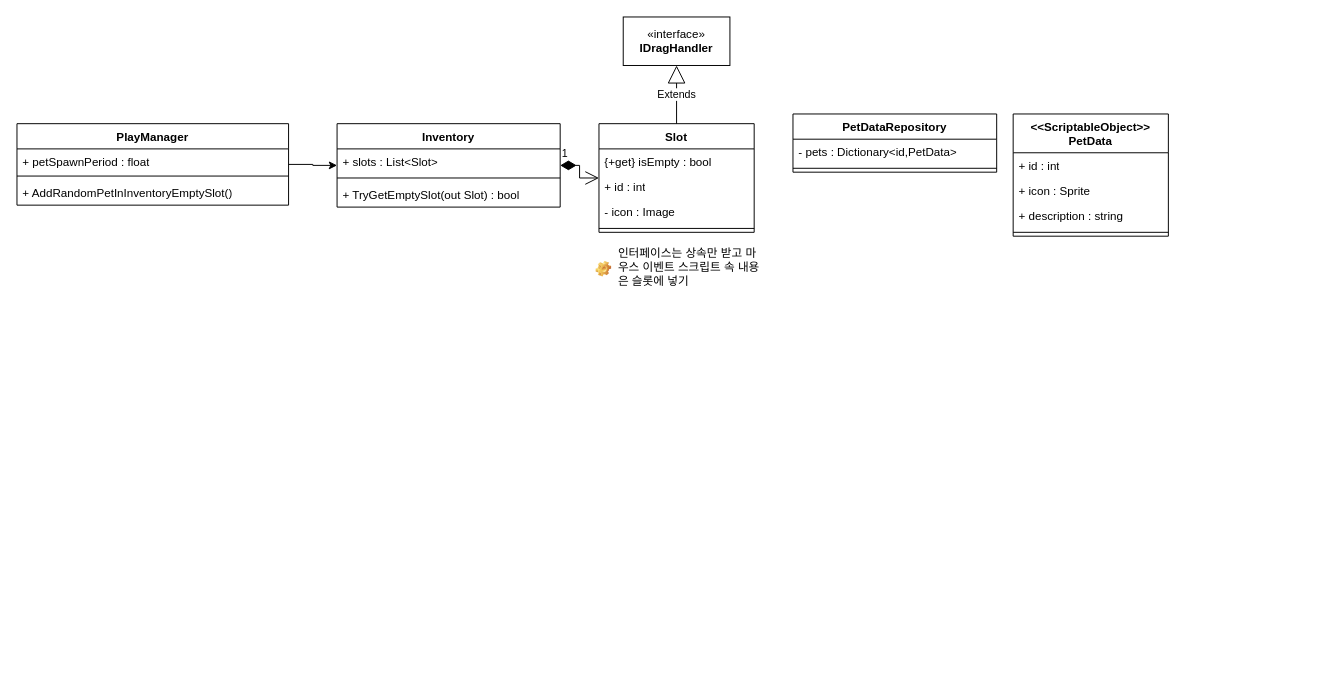
Earlier version of the draw.io diagram Csharp-Unity/MergeGame_revByLuke.drawio (dollbride/dollbride). Source tidied: cells renumbered, new cells numbered last; positions are measured from the earlier drawing's top-left corner, leaving out a move shared by most shapes. Both pictures are drawn from the tidied source at 97%, with x=0, y=0 at pixel (16, 16).
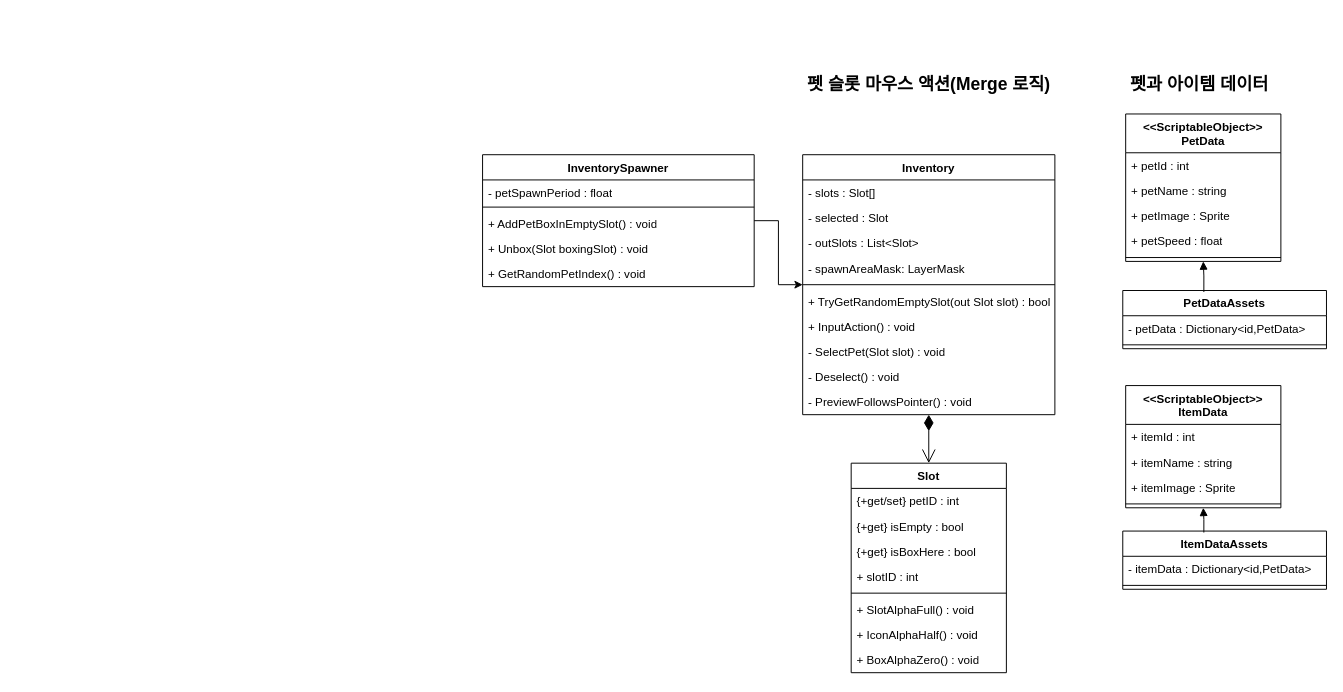
The same page after the edit.

Change to the diagram source:
```diff
@@
     <mxCell id="2" value="Inventory" style="swimlane;fontStyle=1;align=center;verticalAlign=top;horizontal=1;startSize=26;whiteSpace=wrap;html=1;" parent="1" vertex="1">
-      <mxGeometry x="330" y="110" width="230" height="86" as="geometry" />
+      <mxGeometry x="810" y="142" width="260" height="268" as="geometry" />
     </mxCell>
-    <mxCell id="3" value="+ slots : List&amp;lt;Slot&amp;gt;" style="text;strokeColor=none;fillColor=none;align=left;verticalAlign=top;spacingLeft=4;spacingRight=4;overflow=hidden;whiteSpace=wrap;html=1;" parent="2" vertex="1">
-      <mxGeometry y="26" width="230" height="26" as="geometry" />
+    <mxCell id="3" value="- slots : Slot[]" style="text;strokeColor=none;fillColor=none;align=left;verticalAlign=top;spacingLeft=4;spacingRight=4;overflow=hidden;whiteSpace=wrap;html=1;" parent="2" vertex="1">
+      <mxGeometry y="26" width="260" height="26" as="geometry" />
     </mxCell>
+    <mxCell id="28" value="- selected : Slot" style="text;strokeColor=none;fillColor=none;align=left;verticalAlign=top;spacingLeft=4;spacingRight=4;overflow=hidden;whiteSpace=wrap;html=1;" parent="2" vertex="1">
+      <mxGeometry y="52" width="260" height="26" as="geometry" />
+    </mxCell>
+    <mxCell id="29" value="- outSlots : List&amp;lt;Slot&amp;gt;" style="text;strokeColor=none;fillColor=none;align=left;verticalAlign=top;spacingLeft=4;spacingRight=4;overflow=hidden;whiteSpace=wrap;html=1;" parent="2" vertex="1">
+      <mxGeometry y="78" width="260" height="26" as="geometry" />
+    </mxCell>
+    <mxCell id="30" value="- spawnAreaMask: LayerMask&amp;nbsp;" style="text;strokeColor=none;fillColor=none;align=left;verticalAlign=top;spacingLeft=4;spacingRight=4;overflow=hidden;whiteSpace=wrap;html=1;" parent="2" vertex="1">
+      <mxGeometry y="104" width="260" height="26" as="geometry" />
+    </mxCell>
     <mxCell id="4" style="line;strokeWidth=1;fillColor=none;align=left;verticalAlign=middle;spacingTop=-1;spacingLeft=3;spacingRight=3;labelPosition=right;strokeColor=inherit;" parent="2" vertex="1">
-      <mxGeometry y="52" width="230" height="8" as="geometry" />
+      <mxGeometry y="130" width="260" height="8" as="geometry" />
     </mxCell>
-    <mxCell id="5" value="+ TryGetEmptySlot(out Slot) : bool" style="text;strokeColor=none;fillColor=none;align=left;verticalAlign=top;spacingLeft=4;spacingRight=4;overflow=hidden;whiteSpace=wrap;html=1;" parent="2" vertex="1">
-      <mxGeometry y="60" width="230" height="26" as="geometry" />
+    <mxCell id="5" value="+ TryGetRandomEmptySlot(out Slot slot) : bool" style="text;strokeColor=none;fillColor=none;align=left;verticalAlign=top;spacingLeft=4;spacingRight=4;overflow=hidden;whiteSpace=wrap;html=1;" parent="2" vertex="1">
+      <mxGeometry y="138" width="260" height="26" as="geometry" />
     </mxCell>
+    <mxCell id="31" value="+ InputAction() : void" style="text;strokeColor=none;fillColor=none;align=left;verticalAlign=top;spacingLeft=4;spacingRight=4;overflow=hidden;whiteSpace=wrap;html=1;" parent="2" vertex="1">
+      <mxGeometry y="164" width="260" height="26" as="geometry" />
+    </mxCell>
+    <mxCell id="32" value="- SelectPet(Slot slot) : void" style="text;strokeColor=none;fillColor=none;align=left;verticalAlign=top;spacingLeft=4;spacingRight=4;overflow=hidden;whiteSpace=wrap;html=1;" parent="2" vertex="1">
+      <mxGeometry y="190" width="260" height="26" as="geometry" />
+    </mxCell>
+    <mxCell id="33" value="- Deselect() : void" style="text;strokeColor=none;fillColor=none;align=left;verticalAlign=top;spacingLeft=4;spacingRight=4;overflow=hidden;whiteSpace=wrap;html=1;" parent="2" vertex="1">
+      <mxGeometry y="216" width="260" height="26" as="geometry" />
+    </mxCell>
+    <mxCell id="34" value="-&amp;nbsp;PreviewFollowsPointer() : void" style="text;strokeColor=none;fillColor=none;align=left;verticalAlign=top;spacingLeft=4;spacingRight=4;overflow=hidden;whiteSpace=wrap;html=1;" parent="2" vertex="1">
+      <mxGeometry y="242" width="260" height="26" as="geometry" />
+    </mxCell>
     <mxCell id="6" value="Slot" style="swimlane;fontStyle=1;align=center;verticalAlign=top;horizontal=1;startSize=26;whiteSpace=wrap;html=1;" parent="1" vertex="1">
-      <mxGeometry x="600" y="110" width="160" height="112" as="geometry" />
+      <mxGeometry x="860" y="460" width="160" height="216" as="geometry" />
     </mxCell>
+    <mxCell id="8" value="{+get/set} petID : int" style="text;strokeColor=none;fillColor=none;align=left;verticalAlign=top;spacingLeft=4;spacingRight=4;overflow=hidden;whiteSpace=wrap;html=1;" parent="6" vertex="1">
+      <mxGeometry y="26" width="160" height="26" as="geometry" />
+    </mxCell>
     <mxCell id="7" value="{+get} isEmpty : bool" style="text;strokeColor=none;fillColor=none;align=left;verticalAlign=top;spacingLeft=4;spacingRight=4;overflow=hidden;whiteSpace=wrap;html=1;" parent="6" vertex="1">
-      <mxGeometry y="26" width="160" height="26" as="geometry" />
+      <mxGeometry y="52" width="160" height="26" as="geometry" />
     </mxCell>
-    <mxCell id="8" value="+ id : int" style="text;strokeColor=none;fillColor=none;align=left;verticalAlign=top;spacingLeft=4;spacingRight=4;overflow=hidden;whiteSpace=wrap;html=1;" parent="6" vertex="1">
-      <mxGeometry y="52" width="160" height="26" as="geometry" />
-    </mxCell>
+    <mxCell id="35" value="{+get} isBoxHere : bool" style="text;strokeColor=none;fillColor=none;align=left;verticalAlign=top;spacingLeft=4;spacingRight=4;overflow=hidden;whiteSpace=wrap;html=1;" parent="6" vertex="1">
+      <mxGeometry y="78" width="160" height="26" as="geometry" />
+    </mxCell>
-    <mxCell id="9" value="- icon : Image" style="text;strokeColor=none;fillColor=none;align=left;verticalAlign=top;spacingLeft=4;spacingRight=4;overflow=hidden;whiteSpace=wrap;html=1;" parent="6" vertex="1">
-      <mxGeometry y="78" width="160" height="26" as="geometry" />
+    <mxCell id="9" value="+ slotID : int" style="text;strokeColor=none;fillColor=none;align=left;verticalAlign=top;spacingLeft=4;spacingRight=4;overflow=hidden;whiteSpace=wrap;html=1;" parent="6" vertex="1">
+      <mxGeometry y="104" width="160" height="26" as="geometry" />
     </mxCell>
     <mxCell id="10" style="line;strokeWidth=1;fillColor=none;align=left;verticalAlign=middle;spacingTop=-1;spacingLeft=3;spacingRight=3;labelPosition=right;strokeColor=inherit;" parent="6" vertex="1">
-      <mxGeometry y="104" width="160" height="8" as="geometry" />
+      <mxGeometry y="130" width="160" height="8" as="geometry" />
     </mxCell>
+    <mxCell id="36" value="+&amp;nbsp;SlotAlphaFull() : void" style="text;strokeColor=none;fillColor=none;align=left;verticalAlign=top;spacingLeft=4;spacingRight=4;overflow=hidden;whiteSpace=wrap;html=1;" parent="6" vertex="1">
+      <mxGeometry y="138" width="160" height="26" as="geometry" />
+    </mxCell>
+    <mxCell id="37" value="+&amp;nbsp;IconAlphaHalf() : void" style="text;strokeColor=none;fillColor=none;align=left;verticalAlign=top;spacingLeft=4;spacingRight=4;overflow=hidden;whiteSpace=wrap;html=1;" parent="6" vertex="1">
+      <mxGeometry y="164" width="160" height="26" as="geometry" />
+    </mxCell>
+    <mxCell id="38" value="+&amp;nbsp;BoxAlphaZero() : void" style="text;strokeColor=none;fillColor=none;align=left;verticalAlign=top;spacingLeft=4;spacingRight=4;overflow=hidden;whiteSpace=wrap;html=1;" parent="6" vertex="1">
+      <mxGeometry y="190" width="160" height="26" as="geometry" />
+    </mxCell>
-    <mxCell id="11" value="PetDataRepository" style="swimlane;fontStyle=1;align=center;verticalAlign=top;horizontal=1;startSize=26;whiteSpace=wrap;html=1;" parent="1" vertex="1">
-      <mxGeometry x="800" y="100" width="210" height="60" as="geometry" />
+    <mxCell id="11" value="PetDataAssets" style="swimlane;fontStyle=1;align=center;verticalAlign=top;horizontal=1;startSize=26;whiteSpace=wrap;html=1;" parent="1" vertex="1">
+      <mxGeometry x="1140" y="282" width="210" height="60" as="geometry" />
     </mxCell>
-    <mxCell id="12" value="- pets : Dictionary&amp;lt;id,PetData&amp;gt;" style="text;strokeColor=none;fillColor=none;align=left;verticalAlign=top;spacingLeft=4;spacingRight=4;overflow=hidden;whiteSpace=wrap;html=1;" parent="11" vertex="1">
+    <mxCell id="12" value="- petData : Dictionary&amp;lt;id,PetData&amp;gt;" style="text;strokeColor=none;fillColor=none;align=left;verticalAlign=top;spacingLeft=4;spacingRight=4;overflow=hidden;whiteSpace=wrap;html=1;" parent="11" vertex="1">
       <mxGeometry y="26" width="210" height="26" as="geometry" />
     </mxCell>
@@
     <mxCell id="14" value="&amp;lt;&amp;lt;ScriptableObject&amp;gt;&amp;gt;&lt;br&gt;PetData" style="swimlane;fontStyle=1;align=center;verticalAlign=top;horizontal=1;startSize=40;whiteSpace=wrap;html=1;" parent="1" vertex="1">
-      <mxGeometry x="1027" y="100" width="160" height="126" as="geometry" />
+      <mxGeometry x="1143" y="100" width="160" height="152" as="geometry" />
     </mxCell>
-    <mxCell id="15" value="+ id : int" style="text;strokeColor=none;fillColor=none;align=left;verticalAlign=top;spacingLeft=4;spacingRight=4;overflow=hidden;whiteSpace=wrap;html=1;" parent="14" vertex="1">
+    <mxCell id="15" value="+ petId : int" style="text;strokeColor=none;fillColor=none;align=left;verticalAlign=top;spacingLeft=4;spacingRight=4;overflow=hidden;whiteSpace=wrap;html=1;" parent="14" vertex="1">
       <mxGeometry y="40" width="160" height="26" as="geometry" />
     </mxCell>
+    <mxCell id="39" value="+ petName : string" style="text;strokeColor=none;fillColor=none;align=left;verticalAlign=top;spacingLeft=4;spacingRight=4;overflow=hidden;whiteSpace=wrap;html=1;" parent="14" vertex="1">
+      <mxGeometry y="66" width="160" height="26" as="geometry" />
+    </mxCell>
-    <mxCell id="16" value="+ icon : Sprite" style="text;strokeColor=none;fillColor=none;align=left;verticalAlign=top;spacingLeft=4;spacingRight=4;overflow=hidden;whiteSpace=wrap;html=1;" parent="14" vertex="1">
-      <mxGeometry y="66" width="160" height="26" as="geometry" />
+    <mxCell id="16" value="+ petImage : Sprite" style="text;strokeColor=none;fillColor=none;align=left;verticalAlign=top;spacingLeft=4;spacingRight=4;overflow=hidden;whiteSpace=wrap;html=1;" parent="14" vertex="1">
+      <mxGeometry y="92" width="160" height="26" as="geometry" />
     </mxCell>
-    <mxCell id="17" value="+ description : string" style="text;strokeColor=none;fillColor=none;align=left;verticalAlign=top;spacingLeft=4;spacingRight=4;overflow=hidden;whiteSpace=wrap;html=1;" parent="14" vertex="1">
-      <mxGeometry y="92" width="160" height="26" as="geometry" />
+    <mxCell id="17" value="+ petSpeed : float" style="text;strokeColor=none;fillColor=none;align=left;verticalAlign=top;spacingLeft=4;spacingRight=4;overflow=hidden;whiteSpace=wrap;html=1;" parent="14" vertex="1">
+      <mxGeometry y="118" width="160" height="26" as="geometry" />
     </mxCell>
     <mxCell id="18" style="line;strokeWidth=1;fillColor=none;align=left;verticalAlign=middle;spacingTop=-1;spacingLeft=3;spacingRight=3;labelPosition=right;strokeColor=inherit;" parent="14" vertex="1">
-      <mxGeometry y="118" width="160" height="8" as="geometry" />
+      <mxGeometry y="144" width="160" height="8" as="geometry" />
     </mxCell>
-    <mxCell id="19" value="1" style="endArrow=open;html=1;endSize=12;startArrow=diamondThin;startSize=14;startFill=1;edgeStyle=orthogonalEdgeStyle;align=left;verticalAlign=bottom;rounded=0;" parent="1" edge="1" source="2" target="6">
-      <mxGeometry x="-1" y="3" relative="1" as="geometry" />
+    <mxCell id="19" style="endArrow=open;html=1;endSize=12;startArrow=diamondThin;startSize=14;startFill=1;edgeStyle=orthogonalEdgeStyle;align=left;verticalAlign=bottom;rounded=0;" parent="1" edge="1" source="2" target="6">
+      <mxGeometry x="0.17" y="35" relative="1" as="geometry" />
     </mxCell>
@@
-    <mxCell id="21" value="PlayManager" style="swimlane;fontStyle=1;align=center;verticalAlign=top;horizontal=1;startSize=26;whiteSpace=wrap;html=1;" parent="1" vertex="1">
-      <mxGeometry y="110" width="280" height="84" as="geometry" />
+    <mxCell id="21" value="InventorySpawner" style="swimlane;fontStyle=1;align=center;verticalAlign=top;horizontal=1;startSize=26;whiteSpace=wrap;html=1;" parent="1" vertex="1">
+      <mxGeometry x="480" y="142" width="280" height="136" as="geometry" />
     </mxCell>
-    <mxCell id="22" value="+ petSpawnPeriod : float" style="text;strokeColor=none;fillColor=none;align=left;verticalAlign=top;spacingLeft=4;spacingRight=4;overflow=hidden;whiteSpace=wrap;html=1;" parent="21" vertex="1">
+    <mxCell id="22" value="- petSpawnPeriod : float" style="text;strokeColor=none;fillColor=none;align=left;verticalAlign=top;spacingLeft=4;spacingRight=4;overflow=hidden;whiteSpace=wrap;html=1;" parent="21" vertex="1">
       <mxGeometry y="26" width="280" height="24" as="geometry" />
     </mxCell>
@@
-    <mxCell id="24" value="+ AddRandomPetInInventoryEmptySlot()" style="text;strokeColor=none;fillColor=none;align=left;verticalAlign=top;spacingLeft=4;spacingRight=4;overflow=hidden;whiteSpace=wrap;html=1;" parent="21" vertex="1">
+    <mxCell id="24" value="+ AddPetBoxInEmptySlot() : void" style="text;strokeColor=none;fillColor=none;align=left;verticalAlign=top;spacingLeft=4;spacingRight=4;overflow=hidden;whiteSpace=wrap;html=1;" parent="21" vertex="1">
       <mxGeometry y="58" width="280" height="26" as="geometry" />
     </mxCell>
-    <mxCell id="25" value="«interface»&lt;br&gt;&lt;b&gt;IDragHandler&lt;/b&gt;" style="html=1;whiteSpace=wrap;" parent="1" vertex="1">
-      <mxGeometry x="625" width="110" height="50" as="geometry" />
-    </mxCell>
-    <mxCell id="26" value="Extends" style="endArrow=block;endSize=16;endFill=0;html=1;rounded=0;" parent="1" edge="1" source="6" target="25">
-      <mxGeometry relative="1" as="geometry" />
-    </mxCell>
-    <mxCell id="27" value="인터페이스는 상속만 받고 마우스 이벤트 스크립트 속 내용은 슬롯에 넣기" style="label;fontStyle=0;strokeColor=none;fillColor=none;align=left;verticalAlign=top;overflow=hidden;spacingLeft=28;spacingRight=4;imageWidth=16;imageHeight=16;whiteSpace=wrap;html=1;image=img/clipart/Gear_128x128.png;" parent="1" vertex="1">
-      <mxGeometry x="590" y="230" width="180" height="60" as="geometry" />
-    </mxCell>
+    <mxCell id="40" value="+ Unbox(Slot boxingSlot) : void" style="text;strokeColor=none;fillColor=none;align=left;verticalAlign=top;spacingLeft=4;spacingRight=4;overflow=hidden;whiteSpace=wrap;html=1;" parent="21" vertex="1">
+      <mxGeometry y="84" width="280" height="26" as="geometry" />
+    </mxCell>
+    <mxCell id="41" value="+ GetRandomPetIndex() : void" style="text;strokeColor=none;fillColor=none;align=left;verticalAlign=top;spacingLeft=4;spacingRight=4;overflow=hidden;whiteSpace=wrap;html=1;" parent="21" vertex="1">
+      <mxGeometry y="110" width="280" height="26" as="geometry" />
+    </mxCell>
+    <mxCell id="42" style="endArrow=block;endFill=1;html=1;edgeStyle=orthogonalEdgeStyle;align=left;verticalAlign=top;rounded=0;exitX=0.398;exitY=0.025;exitDx=0;exitDy=0;exitPerimeter=0;entryX=0.5;entryY=1;entryDx=0;entryDy=0;" parent="1" edge="1" source="11" target="14">
+      <mxGeometry x="-1" relative="1" as="geometry" />
+    </mxCell>
+    <mxCell id="43" value="ItemDataAssets" style="swimlane;fontStyle=1;align=center;verticalAlign=top;horizontal=1;startSize=26;whiteSpace=wrap;html=1;" parent="1" vertex="1">
+      <mxGeometry x="1140" y="530" width="210" height="60" as="geometry" />
+    </mxCell>
+    <mxCell id="44" value="- itemData : Dictionary&amp;lt;id,PetData&amp;gt;" style="text;strokeColor=none;fillColor=none;align=left;verticalAlign=top;spacingLeft=4;spacingRight=4;overflow=hidden;whiteSpace=wrap;html=1;" parent="43" vertex="1">
+      <mxGeometry y="26" width="210" height="26" as="geometry" />
+    </mxCell>
+    <mxCell id="45" style="line;strokeWidth=1;fillColor=none;align=left;verticalAlign=middle;spacingTop=-1;spacingLeft=3;spacingRight=3;labelPosition=right;strokeColor=inherit;" parent="43" vertex="1">
+      <mxGeometry y="52" width="210" height="8" as="geometry" />
+    </mxCell>
+    <mxCell id="46" value="&amp;lt;&amp;lt;ScriptableObject&amp;gt;&amp;gt;&lt;br&gt;ItemData" style="swimlane;fontStyle=1;align=center;verticalAlign=top;horizontal=1;startSize=40;whiteSpace=wrap;html=1;" parent="1" vertex="1">
+      <mxGeometry x="1143" y="380" width="160" height="126" as="geometry" />
+    </mxCell>
+    <mxCell id="47" value="+ itemId : int" style="text;strokeColor=none;fillColor=none;align=left;verticalAlign=top;spacingLeft=4;spacingRight=4;overflow=hidden;whiteSpace=wrap;html=1;" parent="46" vertex="1">
+      <mxGeometry y="40" width="160" height="26" as="geometry" />
+    </mxCell>
+    <mxCell id="48" value="+ itemName : string" style="text;strokeColor=none;fillColor=none;align=left;verticalAlign=top;spacingLeft=4;spacingRight=4;overflow=hidden;whiteSpace=wrap;html=1;" parent="46" vertex="1">
+      <mxGeometry y="66" width="160" height="26" as="geometry" />
+    </mxCell>
+    <mxCell id="49" value="+ itemImage : Sprite" style="text;strokeColor=none;fillColor=none;align=left;verticalAlign=top;spacingLeft=4;spacingRight=4;overflow=hidden;whiteSpace=wrap;html=1;" parent="46" vertex="1">
+      <mxGeometry y="92" width="160" height="26" as="geometry" />
+    </mxCell>
+    <mxCell id="50" style="line;strokeWidth=1;fillColor=none;align=left;verticalAlign=middle;spacingTop=-1;spacingLeft=3;spacingRight=3;labelPosition=right;strokeColor=inherit;" parent="46" vertex="1">
+      <mxGeometry y="118" width="160" height="8" as="geometry" />
+    </mxCell>
+    <mxCell id="51" style="endArrow=block;endFill=1;html=1;edgeStyle=orthogonalEdgeStyle;align=left;verticalAlign=top;rounded=0;exitX=0.398;exitY=0.025;exitDx=0;exitDy=0;exitPerimeter=0;entryX=0.5;entryY=1;entryDx=0;entryDy=0;" parent="1" edge="1" source="43" target="46">
+      <mxGeometry x="-1" relative="1" as="geometry" />
+    </mxCell>
+    <mxCell id="52" value="&lt;h1 style=&quot;font-size: 18px;&quot;&gt;펫과 아이템 데이터&lt;/h1&gt;" style="text;html=1;strokeColor=none;fillColor=none;spacing=5;spacingTop=-20;whiteSpace=wrap;overflow=hidden;rounded=0;fontSize=18;verticalAlign=middle;" parent="1" vertex="1">
+      <mxGeometry x="1143" y="60" width="170" height="40" as="geometry" />
+    </mxCell>
+    <mxCell id="53" value="&lt;h1 style=&quot;font-size: 18px;&quot;&gt;펫 슬롯 마우스 액션(Merge 로직)&lt;/h1&gt;" style="text;html=1;strokeColor=none;fillColor=none;spacing=5;spacingTop=-20;whiteSpace=wrap;overflow=hidden;rounded=0;fontSize=18;verticalAlign=middle;" parent="1" vertex="1">
+      <mxGeometry x="810" y="60" width="280" height="40" as="geometry" />
+    </mxCell>
```
